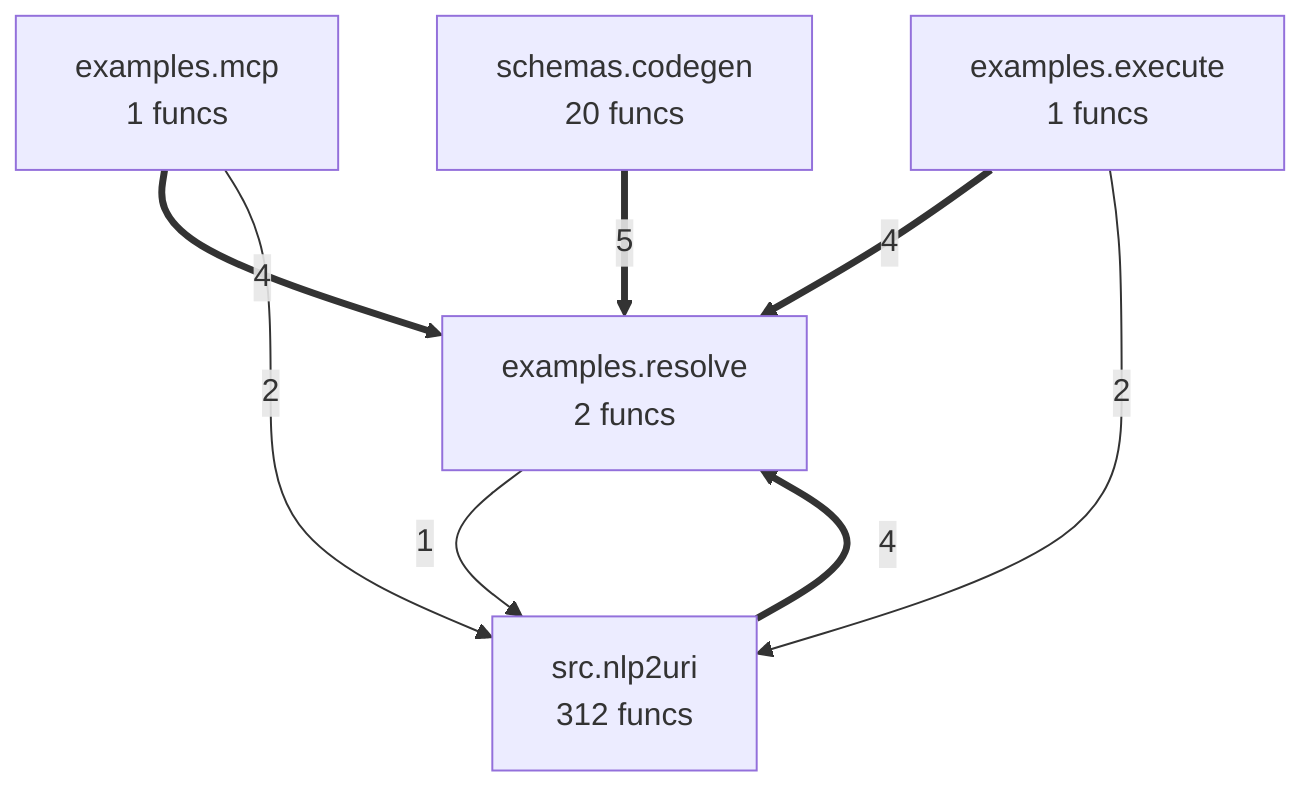
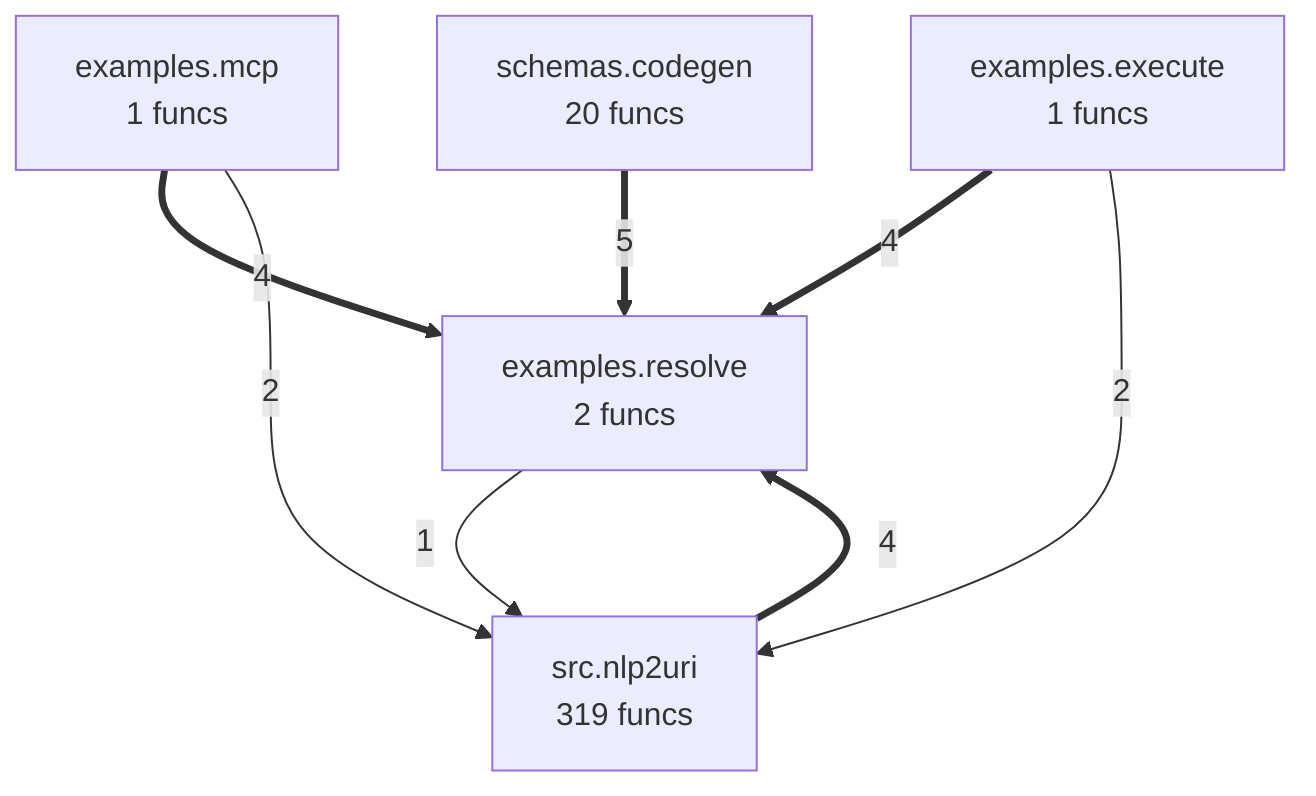
flowchart TD
%% generated in 0.02s
    examples__execute["examples.execute<br/>1 funcs"]
    examples__mcp["examples.mcp<br/>1 funcs"]
    examples__resolve["examples.resolve<br/>2 funcs"]
    schemas__codegen["schemas.codegen<br/>20 funcs"]
-     src__nlp2uri["src.nlp2uri<br/>312 funcs"]
+     src__nlp2uri["src.nlp2uri<br/>319 funcs"]
    schemas__codegen ==>|5| examples__resolve
    examples__mcp ==>|4| examples__resolve
    examples__execute ==>|4| examples__resolve
    src__nlp2uri ==>|4| examples__resolve
    examples__mcp -->|2| src__nlp2uri
    examples__execute -->|2| src__nlp2uri
    examples__resolve -->|1| src__nlp2uri
